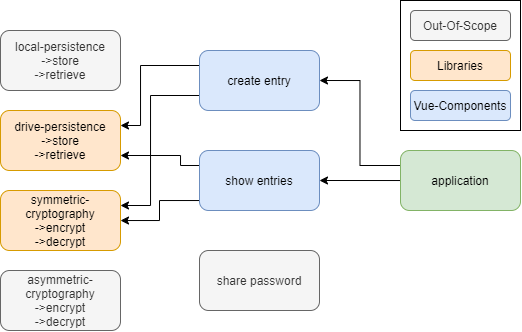
This is doc/pictures/prototyp_architecture.png from robhta/DASHPasswordManager, a draw.io export, as it was before one commit. Source tidied: cells renumbered, new cells last; positions are measured from the earlier drawing's top-left corner, leaving out a move shared by most shapes.
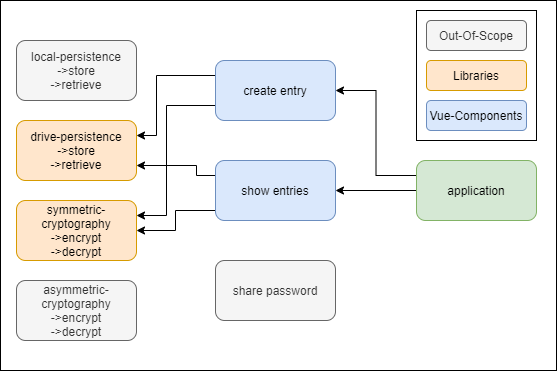
After the commit.

Commit message:
update architecture figure for the readme

What changed in the source:
```diff
@@ -2,6 +2,9 @@
   <root>
     <mxCell id="0" />
     <mxCell id="1" parent="0" />
+    <mxCell id="21" style="rounded=0;whiteSpace=wrap;html=1;" parent="1" vertex="1">
+      <mxGeometry x="-16" y="-10" width="556" height="370" as="geometry" />
+    </mxCell>
     <mxCell id="2" value="drive-persistence&lt;br&gt;-&amp;gt;store&lt;br&gt;-&amp;gt;retrieve" style="rounded=1;whiteSpace=wrap;html=1;fillColor=#ffe6cc;strokeColor=#d79b00;" parent="1" vertex="1">
       <mxGeometry y="110" width="120" height="60" as="geometry" />
     </mxCell>
```
